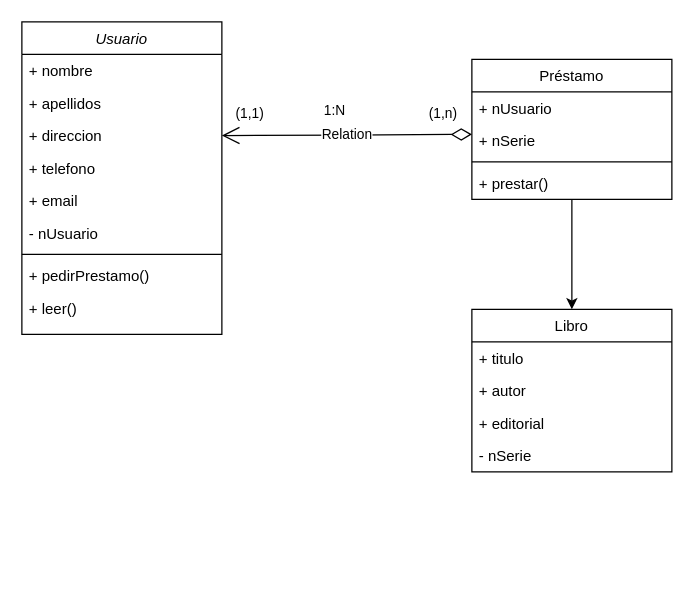
creepiman854/prueba keeps this draw.io diagram as Biblioteca.drawio. Above is the earlier version. Source tidied: cells renumbered, new cells numbered last; positions are measured from the earlier drawing's top-left corner, leaving out a move shared by most shapes. Both pictures are drawn from the tidied source at 125%, with x=0, y=0 at pixel (21, 21).
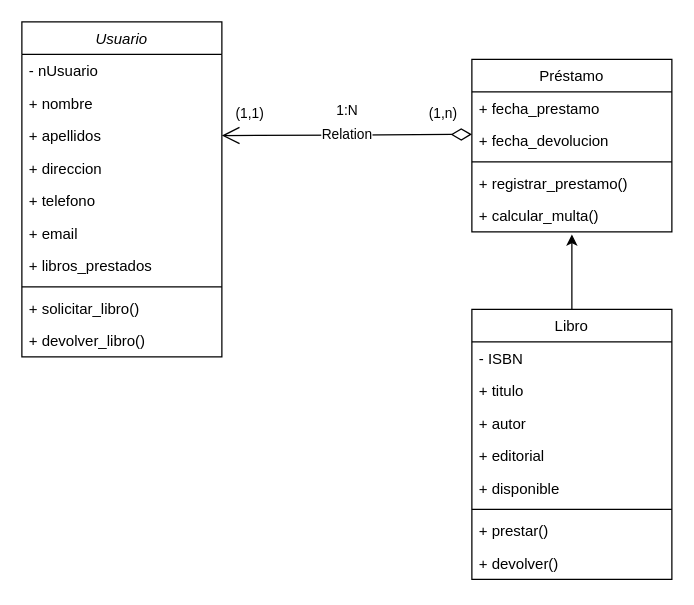
After the change.

What changed in the source:
```diff
@@
     <mxCell id="2" value="Usuario" style="swimlane;fontStyle=2;align=center;verticalAlign=top;horizontal=1;startSize=26;rounded=0;shadow=0;strokeWidth=1;" parent="1" vertex="1">
-      <mxGeometry width="160" height="250" as="geometry" />
+      <mxGeometry width="160" height="268" as="geometry" />
     </mxCell>
+    <mxCell id="8" value="- nUsuario" style="text;align=left;verticalAlign=top;spacingLeft=4;spacingRight=4;overflow=hidden;rounded=0;shadow=0;html=0;" parent="2" vertex="1">
+      <mxGeometry y="26" width="160" height="26" as="geometry" />
+    </mxCell>
     <mxCell id="3" value="+ nombre" style="text;align=left;verticalAlign=top;spacingLeft=4;spacingRight=4;overflow=hidden;" parent="2" vertex="1">
-      <mxGeometry y="26" width="160" height="26" as="geometry" />
+      <mxGeometry y="52" width="160" height="26" as="geometry" />
     </mxCell>
     <mxCell id="4" value="+ apellidos" style="text;align=left;verticalAlign=top;spacingLeft=4;spacingRight=4;overflow=hidden;points=[[0,0.5],[1,0.5]];portConstraint=eastwest;rounded=0;shadow=0;html=0;" parent="2" vertex="1">
-      <mxGeometry y="52" width="160" height="26" as="geometry" />
+      <mxGeometry y="78" width="160" height="26" as="geometry" />
     </mxCell>
     <mxCell id="5" value="+ direccion" style="text;align=left;verticalAlign=top;spacingLeft=4;spacingRight=4;overflow=hidden;points=[[0,0.5],[1,0.5]];portConstraint=eastwest;rounded=0;shadow=0;html=0;" parent="2" vertex="1">
-      <mxGeometry y="78" width="160" height="26" as="geometry" />
+      <mxGeometry y="104" width="160" height="26" as="geometry" />
     </mxCell>
     <mxCell id="6" value="+ telefono" style="text;align=left;verticalAlign=top;spacingLeft=4;spacingRight=4;overflow=hidden;rounded=0;shadow=0;html=0;" parent="2" vertex="1">
-      <mxGeometry y="104" width="160" height="26" as="geometry" />
+      <mxGeometry y="130" width="160" height="26" as="geometry" />
     </mxCell>
     <mxCell id="7" value="+ email" style="text;align=left;verticalAlign=top;spacingLeft=4;spacingRight=4;overflow=hidden;rounded=0;shadow=0;html=0;" parent="2" vertex="1">
-      <mxGeometry y="130" width="160" height="26" as="geometry" />
+      <mxGeometry y="156" width="160" height="26" as="geometry" />
     </mxCell>
-    <mxCell id="8" value="- nUsuario" style="text;align=left;verticalAlign=top;spacingLeft=4;spacingRight=4;overflow=hidden;rounded=0;shadow=0;html=0;" parent="2" vertex="1">
-      <mxGeometry y="156" width="160" height="26" as="geometry" />
-    </mxCell>
+    <mxCell id="27" value="+ libros_prestados" style="text;align=left;verticalAlign=top;spacingLeft=4;spacingRight=4;overflow=hidden;rounded=0;shadow=0;html=0;" parent="2" vertex="1">
+      <mxGeometry y="182" width="160" height="26" as="geometry" />
+    </mxCell>
     <mxCell id="9" style="line;html=1;strokeWidth=1;align=left;verticalAlign=middle;spacingTop=-1;spacingLeft=3;spacingRight=3;labelPosition=right;" parent="2" vertex="1">
-      <mxGeometry y="182" width="160" height="8" as="geometry" />
+      <mxGeometry y="208" width="160" height="8" as="geometry" />
     </mxCell>
-    <mxCell id="10" value="+ pedirPrestamo()" style="text;align=left;verticalAlign=top;spacingLeft=4;spacingRight=4;overflow=hidden;rounded=0;shadow=0;html=0;" parent="2" vertex="1">
-      <mxGeometry y="190" width="160" height="26" as="geometry" />
+    <mxCell id="10" value="+ solicitar_libro()" style="text;align=left;verticalAlign=top;spacingLeft=4;spacingRight=4;overflow=hidden;rounded=0;shadow=0;html=0;" parent="2" vertex="1">
+      <mxGeometry y="216" width="160" height="26" as="geometry" />
     </mxCell>
-    <mxCell id="11" value="+ leer()" style="text;align=left;verticalAlign=top;spacingLeft=4;spacingRight=4;overflow=hidden;rounded=0;shadow=0;html=0;" parent="2" vertex="1">
-      <mxGeometry y="216" width="160" height="26" as="geometry" />
+    <mxCell id="11" value="+ devolver_libro()" style="text;align=left;verticalAlign=top;spacingLeft=4;spacingRight=4;overflow=hidden;rounded=0;shadow=0;html=0;" parent="2" vertex="1">
+      <mxGeometry y="242" width="160" height="26" as="geometry" />
     </mxCell>
-    <mxCell id="12" style="edgeStyle=orthogonalEdgeStyle;rounded=0;jettySize=auto;html=1;exitX=0.5;exitY=1;exitDx=0;exitDy=0;" parent="1" edge="1" source="13">
-      <mxGeometry relative="1" as="geometry">
-        <mxPoint x="440" y="230" as="targetPoint" />
-        <Array as="points">
-          <mxPoint x="440" y="200" />
-          <mxPoint x="440" y="200" />
-        </Array>
-      </mxGeometry>
-    </mxCell>
     <mxCell id="13" value="Préstamo" style="swimlane;fontStyle=0;align=center;verticalAlign=top;horizontal=1;startSize=26;rounded=0;shadow=0;strokeWidth=1;" parent="1" vertex="1">
-      <mxGeometry x="360" y="30" width="160" height="112" as="geometry" />
+      <mxGeometry x="360" y="30" width="160" height="138" as="geometry" />
     </mxCell>
-    <mxCell id="14" value="+ nUsuario" style="text;align=left;verticalAlign=top;spacingLeft=4;spacingRight=4;overflow=hidden;" parent="13" vertex="1">
+    <mxCell id="14" value="+ fecha_prestamo" style="text;align=left;verticalAlign=top;spacingLeft=4;spacingRight=4;overflow=hidden;" parent="13" vertex="1">
       <mxGeometry y="26" width="160" height="26" as="geometry" />
     </mxCell>
-    <mxCell id="15" value="+ nSerie" style="text;align=left;verticalAlign=top;spacingLeft=4;spacingRight=4;overflow=hidden;" parent="13" vertex="1">
+    <mxCell id="15" value="+ fecha_devolucion" style="text;align=left;verticalAlign=top;spacingLeft=4;spacingRight=4;overflow=hidden;" parent="13" vertex="1">
       <mxGeometry y="52" width="160" height="26" as="geometry" />
     </mxCell>
-    <mxCell id="16" style="line;html=1;strokeWidth=1;align=left;verticalAlign=middle;spacingTop=-1;spacingLeft=3;spacingRight=3;labelPosition=right;" parent="13" vertex="1">
-      <mxGeometry y="78" width="160" height="8" as="geometry" />
-    </mxCell>
-    <mxCell id="17" value="+ prestar()" style="text;align=left;verticalAlign=top;spacingLeft=4;spacingRight=4;overflow=hidden;rounded=0;shadow=0;html=0;" parent="13" vertex="1">
-      <mxGeometry y="86" width="160" height="26" as="geometry" />
-    </mxCell>
+    <mxCell id="28" style="line;html=1;strokeWidth=1;align=left;verticalAlign=middle;spacingTop=-1;spacingLeft=3;spacingRight=3;labelPosition=right;" parent="13" vertex="1">
+      <mxGeometry y="78" width="160" height="8" as="geometry" />
+    </mxCell>
+    <mxCell id="29" value="+ registrar_prestamo()" style="text;align=left;verticalAlign=top;spacingLeft=4;spacingRight=4;overflow=hidden;" parent="13" vertex="1">
+      <mxGeometry y="86" width="160" height="26" as="geometry" />
+    </mxCell>
+    <mxCell id="30" value="+ calcular_multa()" style="text;align=left;verticalAlign=top;spacingLeft=4;spacingRight=4;overflow=hidden;" parent="13" vertex="1">
+      <mxGeometry y="112" width="160" height="26" as="geometry" />
+    </mxCell>
     <mxCell id="18" value="Libro" style="swimlane;fontStyle=0;align=center;verticalAlign=top;horizontal=1;startSize=26;rounded=0;shadow=0;strokeWidth=1;" parent="1" vertex="1">
-      <mxGeometry x="360" y="230" width="160" height="130" as="geometry" />
+      <mxGeometry x="360" y="230" width="160" height="216" as="geometry" />
     </mxCell>
+    <mxCell id="22" value="- ISBN" style="text;align=left;verticalAlign=top;spacingLeft=4;spacingRight=4;overflow=hidden;rounded=0;shadow=0;html=0;" parent="18" vertex="1">
+      <mxGeometry y="26" width="160" height="26" as="geometry" />
+    </mxCell>
     <mxCell id="19" value="+ titulo" style="text;align=left;verticalAlign=top;spacingLeft=4;spacingRight=4;overflow=hidden;rounded=0;shadow=0;html=0;" parent="18" vertex="1">
-      <mxGeometry y="26" width="160" height="26" as="geometry" />
+      <mxGeometry y="52" width="160" height="26" as="geometry" />
     </mxCell>
     <mxCell id="20" value="+ autor" style="text;align=left;verticalAlign=top;spacingLeft=4;spacingRight=4;overflow=hidden;" parent="18" vertex="1">
-      <mxGeometry y="52" width="160" height="26" as="geometry" />
+      <mxGeometry y="78" width="160" height="26" as="geometry" />
     </mxCell>
     <mxCell id="21" value="+ editorial" style="text;align=left;verticalAlign=top;spacingLeft=4;spacingRight=4;overflow=hidden;rounded=0;shadow=0;html=0;" parent="18" vertex="1">
-      <mxGeometry y="78" width="160" height="26" as="geometry" />
+      <mxGeometry y="104" width="160" height="26" as="geometry" />
     </mxCell>
-    <mxCell id="22" value="- nSerie" style="text;align=left;verticalAlign=top;spacingLeft=4;spacingRight=4;overflow=hidden;rounded=0;shadow=0;html=0;" parent="18" vertex="1">
-      <mxGeometry y="104" width="160" height="26" as="geometry" />
-    </mxCell>
+    <mxCell id="31" value="+ disponible" style="text;align=left;verticalAlign=top;spacingLeft=4;spacingRight=4;overflow=hidden;rounded=0;shadow=0;html=0;" parent="18" vertex="1">
+      <mxGeometry y="130" width="160" height="26" as="geometry" />
+    </mxCell>
+    <mxCell id="16" style="line;html=1;strokeWidth=1;align=left;verticalAlign=middle;spacingTop=-1;spacingLeft=3;spacingRight=3;labelPosition=right;" parent="18" vertex="1">
+      <mxGeometry y="156" width="160" height="8" as="geometry" />
+    </mxCell>
+    <mxCell id="17" value="+ prestar()" style="text;align=left;verticalAlign=top;spacingLeft=4;spacingRight=4;overflow=hidden;rounded=0;shadow=0;html=0;" parent="18" vertex="1">
+      <mxGeometry y="164" width="160" height="26" as="geometry" />
+    </mxCell>
+    <mxCell id="32" value="+ devolver()" style="text;align=left;verticalAlign=top;spacingLeft=4;spacingRight=4;overflow=hidden;rounded=0;shadow=0;html=0;" parent="18" vertex="1">
+      <mxGeometry y="190" width="160" height="26" as="geometry" />
+    </mxCell>
-    <mxCell id="23" value="Relation" style="endArrow=open;html=1;endSize=12;startArrow=diamondThin;startSize=14;startFill=0;edgeStyle=orthogonalEdgeStyle;rounded=0;entryX=1;entryY=0.5;entryDx=0;entryDy=0;" parent="1" edge="1" target="5">
+    <mxCell id="23" value="Relation" style="endArrow=open;html=1;endSize=12;startArrow=diamondThin;startSize=14;startFill=0;edgeStyle=orthogonalEdgeStyle;rounded=0;entryX=1;entryY=0.5;entryDx=0;entryDy=0;" parent="1" edge="1" target="4">
       <mxGeometry relative="1" as="geometry">
         <mxPoint x="360" y="90" as="sourcePoint" />
       </mxGeometry>
     </mxCell>
@@
     <mxCell id="26" value="1:N" style="edgeLabel;html=1;align=left;verticalAlign=top;" parent="1" vertex="1">
-      <mxGeometry x="240" y="58" as="geometry" />
+      <mxGeometry x="250" y="58" as="geometry" />
     </mxCell>
+    <mxCell id="12" style="edgeStyle=orthogonalEdgeStyle;rounded=0;orthogonalLoop=1;jettySize=auto;html=1;" parent="1" edge="1">
+      <mxGeometry relative="1" as="geometry">
+        <mxPoint x="440" y="230" as="sourcePoint" />
+        <mxPoint x="440" y="170" as="targetPoint" />
+        <Array as="points">
+          <mxPoint x="440" y="230" />
+          <mxPoint x="440" y="170" />
+        </Array>
+      </mxGeometry>
+    </mxCell>
```
